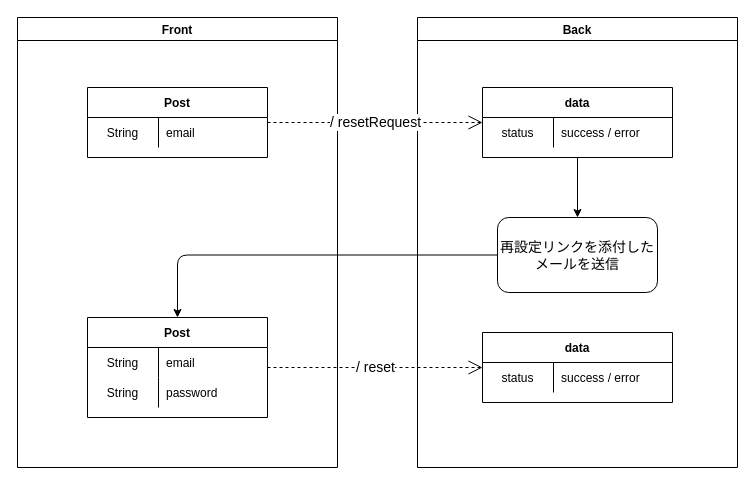
Above: page "パスワード再設定" (16 of 16) of Designs/基本設計.drawio in yusuke-rakus/Qiish (draw.io), before the change. Source tidied: cells renumbered, new cells numbered last; positions are measured from the earlier drawing's top-left corner, leaving out a move shared by most shapes. Both pictures are drawn from the tidied source at 100%, with x=0, y=0 at pixel (17, 17).
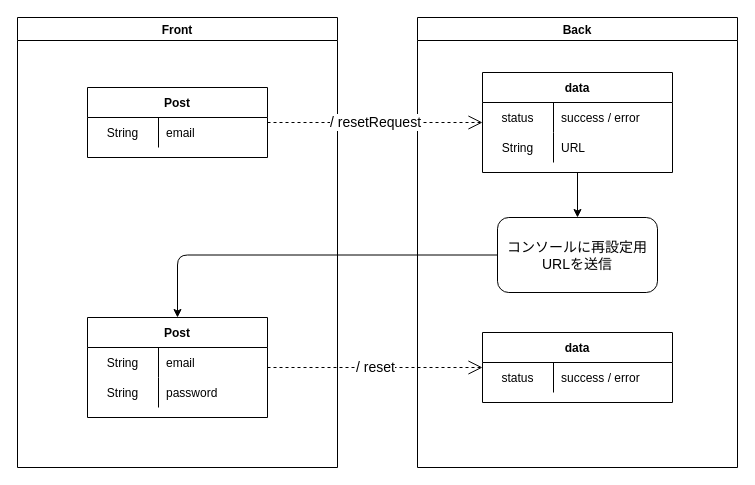
The same diagram, later.

The change refers to these unchanged cells:
```xml
<mxCell id="14" value="Back" style="swimlane;" parent="1" vertex="1">
  <mxGeometry x="400" width="320" height="450" as="geometry" />
</mxCell>
```

What changed in the source:
```diff
@@
-    <mxCell id="15" value="再設定リンクを添付したメールを送信" style="rounded=1;whiteSpace=wrap;html=1;fontSize=14;" parent="14" vertex="1">
+    <mxCell id="15" value="コンソールに再設定用URLを送信" style="rounded=1;whiteSpace=wrap;html=1;fontSize=14;" parent="14" vertex="1">
       <mxGeometry x="80" y="200" width="160" height="75" as="geometry" />
     </mxCell>
     <mxCell id="16" value="data" style="shape=table;startSize=30;childLayout=tableLayout;rowLines=0;fontStyle=1;align=center;" parent="14" vertex="1">
-      <mxGeometry x="65" y="70" width="190" height="70" as="geometry" />
+      <mxGeometry x="65" y="55" width="190" height="100" as="geometry" />
     </mxCell>
@@
+    <mxCell id="28" style="shape=partialRectangle;fillColor=none;top=0;left=0;bottom=0;right=0;" parent="16" vertex="1">
+      <mxGeometry y="60" width="190" height="30" as="geometry" />
+    </mxCell>
+    <mxCell id="29" value="String" style="shape=partialRectangle;fillColor=none;top=0;left=0;bottom=0;right=0;overflow=hidden;" parent="28" vertex="1">
+      <mxGeometry width="71" height="30" as="geometry" />
+    </mxCell>
+    <mxCell id="30" value="URL" style="shape=partialRectangle;fillColor=none;top=0;left=0;bottom=0;right=0;align=left;spacingLeft=6;overflow=hidden;" parent="28" vertex="1">
+      <mxGeometry x="71" width="119" height="30" as="geometry" />
+    </mxCell>
```
